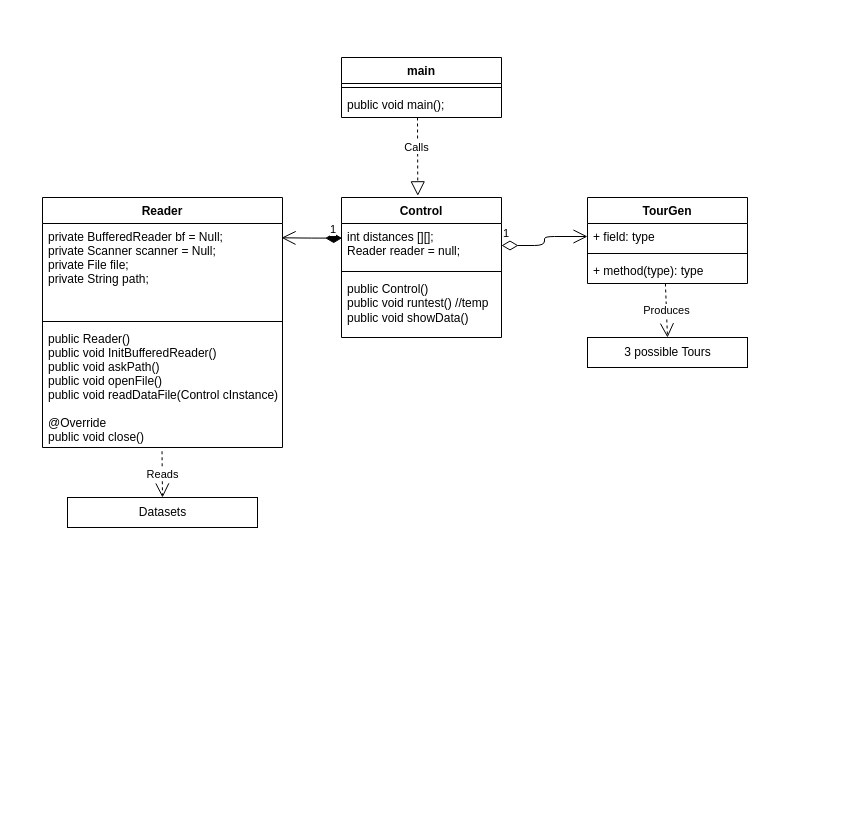
Above: InformatikWettbewerb/Aufgabe3/Wandertag/Documetation/Klassendiagramm.drawio in PaulvOertzen/LSH_Informatik (draw.io), before the change. Source tidied: cells renumbered, new cells numbered last; positions are measured from the earlier drawing's top-left corner, leaving out a move shared by most shapes. Both pictures are drawn from the tidied source at 100%, with x=0, y=0 at pixel (42, 57).
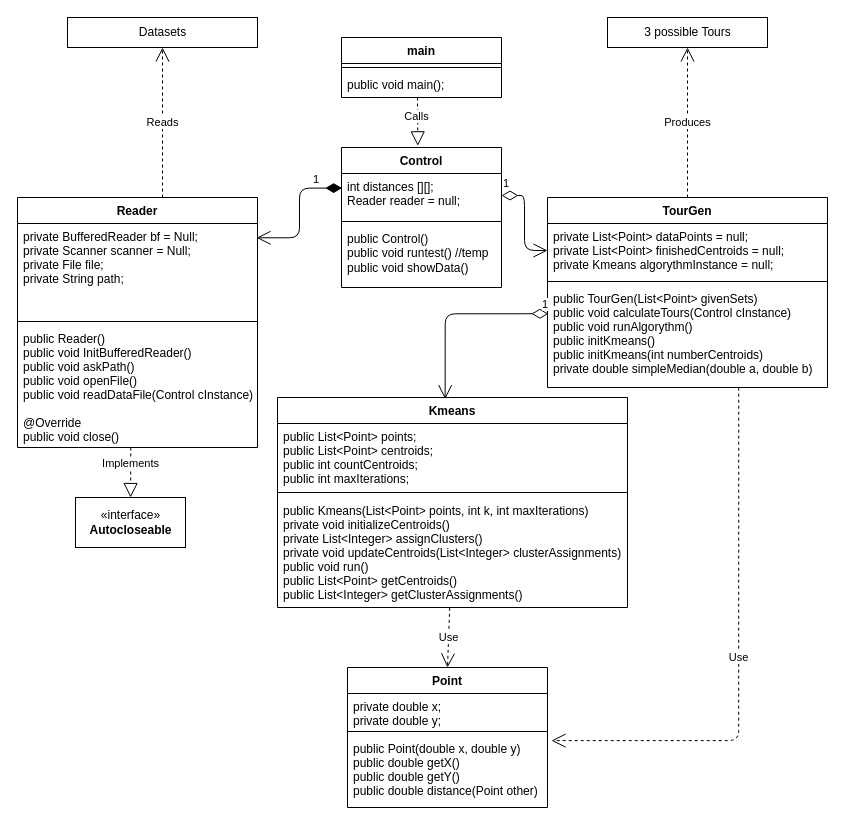
Above is the later version.

Commit message (it also covers changes not shown here):
Klassendiagramm basically done and PAD begun

The change refers to these unchanged cells:
```xml
<mxCell id="12" value="public Reader()&#10;public void InitBufferedReader()&#10;public void askPath()&#10;public void openFile()&#10;public void readDataFile(Control cInstance)&#10;&#10;@Override&#10;public void close()" style="text;strokeColor=none;fillColor=none;align=left;verticalAlign=top;spacingLeft=4;spacingRight=4;overflow=hidden;points=[[0,0.5],[1,0.5]];portConstraint=eastwest;" parent="9" vertex="1">
  <mxGeometry y="128" width="240" height="122" as="geometry" />
</mxCell>
```

Diff of the diagram source:
```diff
@@
     <mxCell id="2" value="main" style="swimlane;fontStyle=1;align=center;verticalAlign=top;horizontal=1;startSize=26;whiteSpace=wrap;html=1;" parent="1" vertex="1">
-      <mxGeometry x="299" width="160" height="60" as="geometry" />
+      <mxGeometry x="299" y="-20" width="160" height="60" as="geometry" />
     </mxCell>
@@
     <mxCell id="5" value="Control" style="swimlane;fontStyle=1;align=center;verticalAlign=top;horizontal=1;startSize=26;whiteSpace=wrap;html=1;" parent="1" vertex="1">
-      <mxGeometry x="299" y="140" width="160" height="140" as="geometry" />
+      <mxGeometry x="299" y="90" width="160" height="140" as="geometry" />
     </mxCell>
@@
     <mxCell id="9" value="Reader" style="swimlane;fontStyle=1;align=center;verticalAlign=top;horizontal=1;startSize=26;" parent="1" vertex="1">
-      <mxGeometry y="140" width="240" height="250" as="geometry" />
+      <mxGeometry x="-25" y="140" width="240" height="250" as="geometry" />
     </mxCell>
@@
     <mxCell id="13" value="TourGen" style="swimlane;fontStyle=1;align=center;verticalAlign=top;horizontal=1;startSize=26;" parent="1" vertex="1">
-      <mxGeometry x="545" y="140" width="160" height="86" as="geometry" />
+      <mxGeometry x="505" y="140" width="280" height="190" as="geometry" />
     </mxCell>
-    <mxCell id="14" value="+ field: type" style="text;strokeColor=none;fillColor=none;align=left;verticalAlign=top;spacingLeft=4;spacingRight=4;overflow=hidden;points=[[0,0.5],[1,0.5]];portConstraint=eastwest;" parent="13" vertex="1">
-      <mxGeometry y="26" width="160" height="26" as="geometry" />
+    <mxCell id="14" value="private List&lt;Point&gt; dataPoints = null;&#10;private List&lt;Point&gt; finishedCentroids = null;&#10;private Kmeans algorythmInstance = null;" style="text;strokeColor=none;fillColor=none;align=left;verticalAlign=top;spacingLeft=4;spacingRight=4;overflow=hidden;points=[[0,0.5],[1,0.5]];portConstraint=eastwest;" parent="13" vertex="1">
+      <mxGeometry y="26" width="280" height="54" as="geometry" />
     </mxCell>
     <mxCell id="15" style="line;strokeWidth=1;fillColor=none;align=left;verticalAlign=middle;spacingTop=-1;spacingLeft=3;spacingRight=3;labelPosition=right;strokeColor=inherit;" parent="13" vertex="1">
-      <mxGeometry y="52" width="160" height="8" as="geometry" />
+      <mxGeometry y="80" width="280" height="8" as="geometry" />
     </mxCell>
-    <mxCell id="16" value="+ method(type): type" style="text;strokeColor=none;fillColor=none;align=left;verticalAlign=top;spacingLeft=4;spacingRight=4;overflow=hidden;points=[[0,0.5],[1,0.5]];portConstraint=eastwest;" parent="13" vertex="1">
-      <mxGeometry y="60" width="160" height="26" as="geometry" />
+    <mxCell id="16" value="public TourGen(List&lt;Point&gt; givenSets)&#10;public void calculateTours(Control cInstance)&#10;public void runAlgorythm()&#10;public initKmeans()&#10;public initKmeans(int numberCentroids)&#10;private double simpleMedian(double a, double b)" style="text;strokeColor=none;fillColor=none;align=left;verticalAlign=top;spacingLeft=4;spacingRight=4;overflow=hidden;points=[[0,0.5],[1,0.5]];portConstraint=eastwest;" parent="13" vertex="1">
+      <mxGeometry y="88" width="280" height="102" as="geometry" />
     </mxCell>
     <mxCell id="17" value="Datasets" style="html=1;" parent="1" vertex="1">
-      <mxGeometry x="25" y="440" width="190" height="30" as="geometry" />
+      <mxGeometry x="25" y="-40" width="190" height="30" as="geometry" />
     </mxCell>
-    <mxCell id="18" value="Reads" style="endArrow=open;endSize=12;dashed=1;html=1;exitX=0.498;exitY=1.031;exitDx=0;exitDy=0;exitPerimeter=0;entryX=0.5;entryY=0;entryDx=0;entryDy=0;" parent="1" edge="1" source="12" target="17">
-      <mxGeometry relative="1" as="geometry" />
+    <mxCell id="18" value="Reads" style="endArrow=open;endSize=12;dashed=1;html=1;" parent="1" edge="1">
+      <mxGeometry relative="1" as="geometry">
+        <mxPoint x="120" y="140" as="sourcePoint" />
+        <mxPoint x="120" y="-10" as="targetPoint" />
+      </mxGeometry>
     </mxCell>
     <mxCell id="19" value="3 possible Tours" style="html=1;" parent="1" vertex="1">
-      <mxGeometry x="545" y="280" width="160" height="30" as="geometry" />
+      <mxGeometry x="565" y="-40" width="160" height="30" as="geometry" />
     </mxCell>
-    <mxCell id="20" value="Produces" style="endArrow=open;endSize=12;dashed=1;html=1;exitX=0.487;exitY=1;exitDx=0;exitDy=0;exitPerimeter=0;entryX=0.5;entryY=0;entryDx=0;entryDy=0;" parent="1" edge="1" source="16" target="19">
-      <mxGeometry relative="1" as="geometry" />
+    <mxCell id="20" value="Produces" style="endArrow=open;endSize=12;dashed=1;html=1;entryX=0.5;entryY=1;entryDx=0;entryDy=0;" parent="1" edge="1" target="19">
+      <mxGeometry relative="1" as="geometry">
+        <mxPoint x="645" y="140" as="sourcePoint" />
+      </mxGeometry>
     </mxCell>
@@
+    <mxCell id="25" value="Kmeans&#10;" style="swimlane;fontStyle=1;align=center;verticalAlign=top;horizontal=1;startSize=26;" parent="1" vertex="1">
+      <mxGeometry x="235" y="340" width="350" height="210" as="geometry" />
+    </mxCell>
+    <mxCell id="26" value="public List&lt;Point&gt; points;&#10;public List&lt;Point&gt; centroids;&#10;public int countCentroids;&#10;public int maxIterations;" style="text;strokeColor=none;fillColor=none;align=left;verticalAlign=top;spacingLeft=4;spacingRight=4;overflow=hidden;" parent="25" vertex="1">
+      <mxGeometry y="26" width="350" height="64" as="geometry" />
+    </mxCell>
+    <mxCell id="27" style="line;strokeWidth=1;fillColor=none;align=left;verticalAlign=middle;spacingTop=-1;spacingLeft=3;spacingRight=3;labelPosition=right;strokeColor=inherit;" parent="25" vertex="1">
+      <mxGeometry y="90" width="350" height="10" as="geometry" />
+    </mxCell>
+    <mxCell id="28" value="public Kmeans(List&lt;Point&gt; points, int k, int maxIterations)&#10;private void initializeCentroids()&#10;private List&lt;Integer&gt; assignClusters()&#10;private void updateCentroids(List&lt;Integer&gt; clusterAssignments)&#10;public void run()&#10;public List&lt;Point&gt; getCentroids()&#10;public List&lt;Integer&gt; getClusterAssignments()" style="text;strokeColor=none;fillColor=none;align=left;verticalAlign=top;spacingLeft=4;spacingRight=4;overflow=hidden;points=[[0,0.5],[1,0.5]];portConstraint=eastwest;" parent="25" vertex="1">
+      <mxGeometry y="100" width="350" height="110" as="geometry" />
+    </mxCell>
+    <mxCell id="29" value="1" style="endArrow=open;html=1;endSize=12;startArrow=diamondThin;startSize=14;startFill=0;edgeStyle=orthogonalEdgeStyle;align=left;verticalAlign=bottom;exitX=0.003;exitY=0.277;exitDx=0;exitDy=0;exitPerimeter=0;entryX=0.479;entryY=0.008;entryDx=0;entryDy=0;entryPerimeter=0;" parent="1" edge="1" source="16" target="25">
+      <mxGeometry x="-0.91" relative="1" as="geometry" />
+    </mxCell>
+    <mxCell id="30" value="Point" style="swimlane;fontStyle=1;align=center;verticalAlign=top;horizontal=1;startSize=26;" parent="1" vertex="1">
+      <mxGeometry x="305" y="610" width="200" height="140" as="geometry" />
+    </mxCell>
+    <mxCell id="31" value="private double x;&#10;private double y;" style="text;strokeColor=none;fillColor=none;align=left;verticalAlign=top;spacingLeft=4;spacingRight=4;overflow=hidden;" parent="30" vertex="1">
+      <mxGeometry y="26" width="200" height="34" as="geometry" />
+    </mxCell>
+    <mxCell id="32" style="line;strokeWidth=1;fillColor=none;align=left;verticalAlign=middle;spacingTop=-1;spacingLeft=3;spacingRight=3;labelPosition=right;strokeColor=inherit;" parent="30" vertex="1">
+      <mxGeometry y="60" width="200" height="8" as="geometry" />
+    </mxCell>
+    <mxCell id="33" value="public Point(double x, double y)&#10;public double getX()&#10;public double getY()&#10;public double distance(Point other)&#10;" style="text;strokeColor=none;fillColor=none;align=left;verticalAlign=top;spacingLeft=4;spacingRight=4;overflow=hidden;points=[[0,0.5],[1,0.5]];portConstraint=eastwest;" parent="30" vertex="1">
+      <mxGeometry y="68" width="200" height="72" as="geometry" />
+    </mxCell>
+    <mxCell id="34" value="Use" style="endArrow=open;endSize=12;dashed=1;html=1;exitX=0.492;exitY=1.003;exitDx=0;exitDy=0;exitPerimeter=0;entryX=0.5;entryY=0;entryDx=0;entryDy=0;" parent="1" edge="1" source="28" target="30">
+      <mxGeometry relative="1" as="geometry" />
+    </mxCell>
+    <mxCell id="35" value="Use" style="endArrow=open;endSize=12;dashed=1;html=1;exitX=0.683;exitY=1.002;exitDx=0;exitDy=0;exitPerimeter=0;entryX=1.02;entryY=0.071;entryDx=0;entryDy=0;entryPerimeter=0;edgeStyle=orthogonalEdgeStyle;" parent="1" edge="1" source="16" target="33">
+      <mxGeometry relative="1" as="geometry" />
+    </mxCell>
+    <mxCell id="36" style="endArrow=block;dashed=1;endFill=0;endSize=12;html=1;exitX=0.472;exitY=1;exitDx=0;exitDy=0;exitPerimeter=0;" parent="1" edge="1" source="12" target="38">
+      <mxGeometry relative="1" as="geometry" />
+    </mxCell>
+    <mxCell id="37" value="Implements" style="edgeLabel;html=1;align=center;verticalAlign=middle;" parent="36" vertex="1">
+      <mxGeometry x="-0.38" y="-1" relative="1" as="geometry" />
+    </mxCell>
+    <mxCell id="38" value="«interface»&lt;br&gt;&lt;b&gt;Autocloseable&lt;/b&gt;" style="html=1;" parent="1" vertex="1">
+      <mxGeometry x="33" y="440" width="110" height="50" as="geometry" />
+    </mxCell>
```
